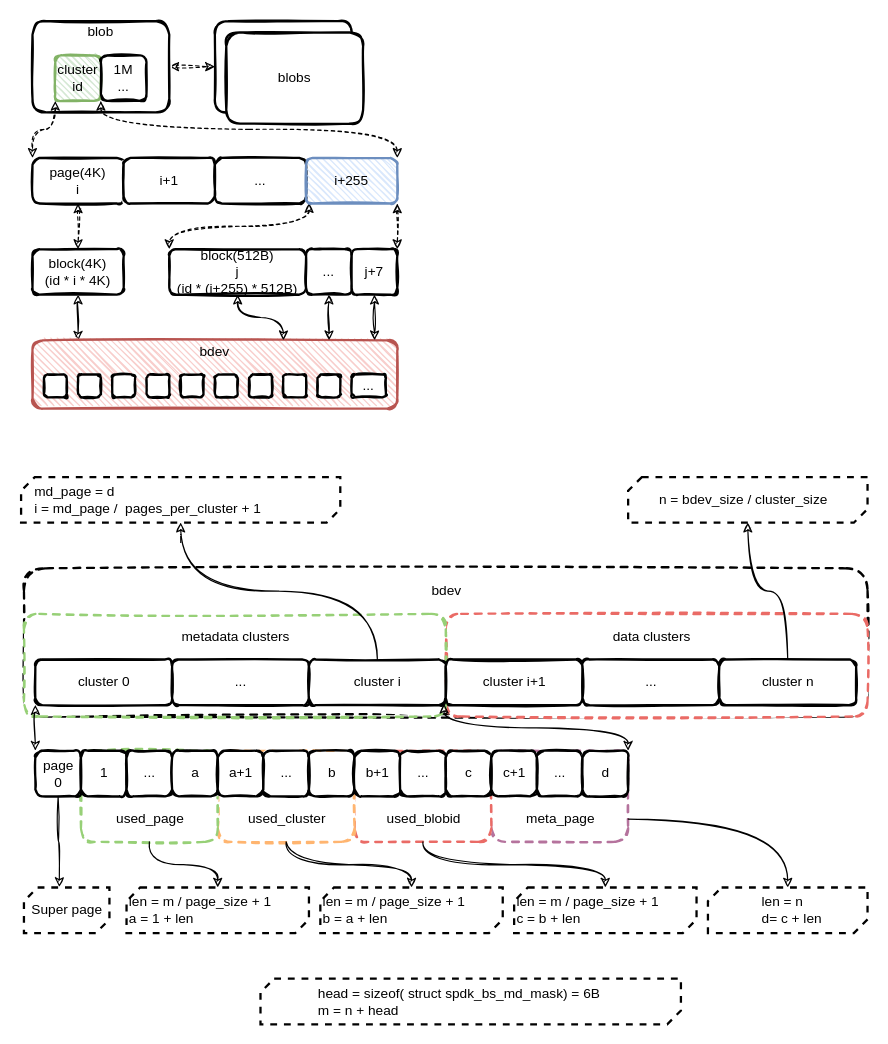
This is page "blobstore" (1 of 3) of spdk/spdk_blobstore.drawio from EarthWind/deeparch, a draw.io file, before an edit. Source tidied: cells renumbered, new cells numbered last; positions are measured from the earlier drawing's top-left corner, leaving out a move shared by most shapes. Both pictures are drawn from the tidied source at 114%, with x=0, y=0 at pixel (21, 21).
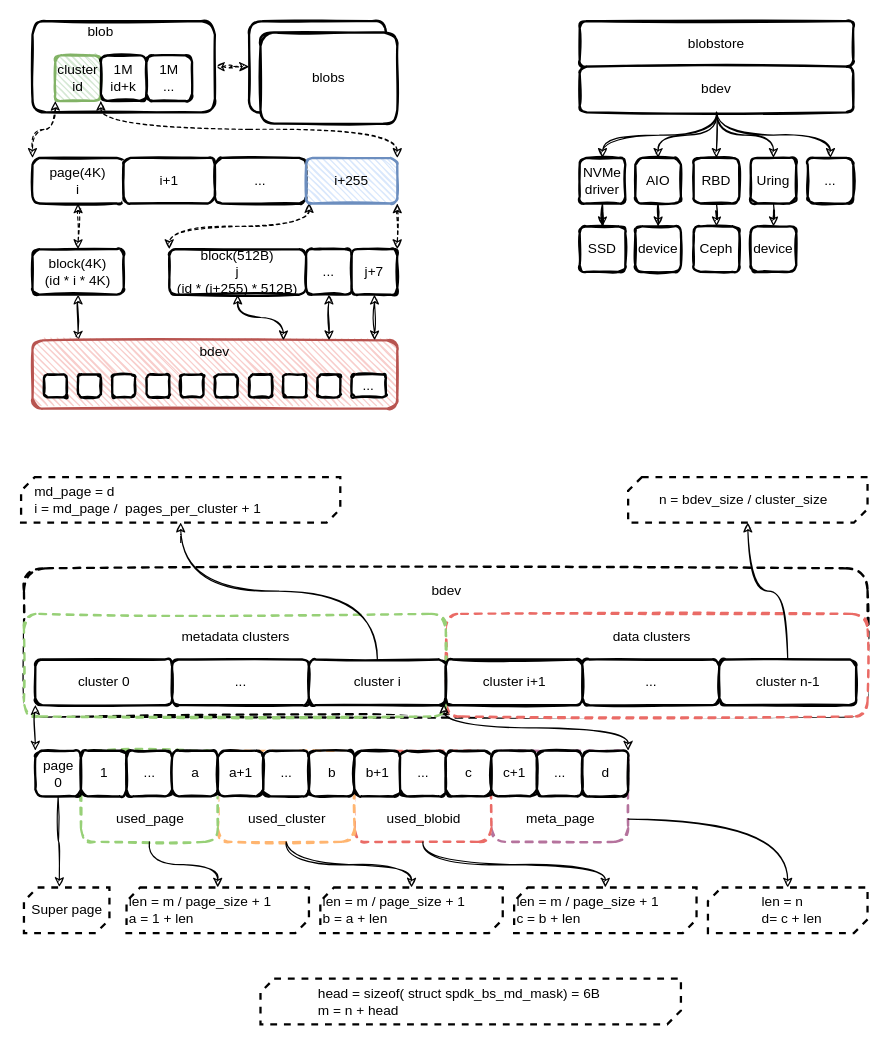
The same diagram, later.

The change refers to these unchanged cells:
```xml
<mxCell id="38" style="group;" parent="1" vertex="1">
  <mxGeometry y="400" width="742.5" height="400" as="geometry" />
</mxCell>
```

What changed in the source:
```diff
@@
     <mxCell id="3" style="rounded=1;whiteSpace=wrap;html=1;strokeWidth=2;fillWeight=4;hachureGap=8;hachureAngle=45;sketch=1;fillColor=#FFFFFF;" parent="1" vertex="1">
-      <mxGeometry x="10" width="120" height="80" as="geometry" />
+      <mxGeometry x="10" width="160" height="80" as="geometry" />
     </mxCell>
@@
     <mxCell id="5" style="rounded=1;whiteSpace=wrap;html=1;strokeWidth=2;fillWeight=4;hachureGap=8;hachureAngle=45;sketch=1;fillColor=#FFFFFF;" parent="1" vertex="1">
-      <mxGeometry x="170" width="120" height="80" as="geometry" />
+      <mxGeometry x="200" width="120" height="80" as="geometry" />
     </mxCell>
     <mxCell id="6" value="blobs" style="rounded=1;whiteSpace=wrap;html=1;strokeWidth=2;fillWeight=4;hachureGap=8;hachureAngle=45;sketch=1;fillColor=#FFFFFF;" parent="1" vertex="1">
-      <mxGeometry x="180" y="10" width="120" height="80" as="geometry" />
+      <mxGeometry x="210" y="10" width="120" height="80" as="geometry" />
     </mxCell>
@@
-    <mxCell id="10" value="1M&lt;br&gt;..." style="rounded=1;whiteSpace=wrap;html=1;strokeWidth=2;fillWeight=4;hachureGap=8;hachureAngle=45;sketch=1;fillColor=#FFFFFF;" parent="1" vertex="1">
+    <mxCell id="10" value="1M&lt;br&gt;id+k" style="rounded=1;whiteSpace=wrap;html=1;strokeWidth=2;fillWeight=4;hachureGap=8;hachureAngle=45;sketch=1;fillColor=#FFFFFF;" parent="1" vertex="1">
       <mxGeometry x="70" y="30" width="40" height="40" as="geometry" />
     </mxCell>
@@
-    <mxCell id="53" value="cluster n" style="rounded=1;whiteSpace=wrap;html=1;strokeWidth=2;fillWeight=1;hachureGap=4;hachureAngle=45;sketch=1;" parent="38" vertex="1">
+    <mxCell id="53" value="cluster n-1" style="rounded=1;whiteSpace=wrap;html=1;strokeWidth=2;fillWeight=1;hachureGap=4;hachureAngle=45;sketch=1;" parent="38" vertex="1">
       <mxGeometry x="612.5" y="160" width="120" height="40" as="geometry" />
     </mxCell>
@@
+    <mxCell id="99" value="1M&lt;br&gt;..." style="rounded=1;whiteSpace=wrap;html=1;strokeWidth=2;fillWeight=4;hachureGap=8;hachureAngle=45;sketch=1;fillColor=#FFFFFF;" parent="1" vertex="1">
+      <mxGeometry x="110" y="30" width="40" height="40" as="geometry" />
+    </mxCell>
+    <mxCell id="100" style="group;" parent="1" vertex="1">
+      <mxGeometry x="490" width="240" height="220" as="geometry" />
+    </mxCell>
+    <mxCell id="101" value="blobstore" style="rounded=1;whiteSpace=wrap;html=1;strokeWidth=2;fillWeight=4;hachureGap=8;hachureAngle=45;sketch=1;fillColor=#FFFFFF;" parent="100" vertex="1">
+      <mxGeometry width="240" height="40" as="geometry" />
+    </mxCell>
+    <mxCell id="102" value="bdev" style="rounded=1;whiteSpace=wrap;html=1;strokeWidth=2;fillWeight=4;hachureGap=8;hachureAngle=45;sketch=1;fillColor=#FFFFFF;" parent="100" vertex="1">
+      <mxGeometry y="40" width="240" height="40" as="geometry" />
+    </mxCell>
+    <mxCell id="103" value="NVMe&lt;br&gt;driver" style="rounded=1;whiteSpace=wrap;html=1;strokeWidth=2;fillWeight=4;hachureGap=8;hachureAngle=45;sketch=1;fillColor=#FFFFFF;" parent="100" vertex="1">
+      <mxGeometry y="120" width="40" height="40" as="geometry" />
+    </mxCell>
+    <mxCell id="104" style="edgeStyle=orthogonalEdgeStyle;rounded=0;sketch=1;jettySize=auto;html=1;entryX=0.5;entryY=0;entryDx=0;entryDy=0;curved=1;" parent="100" edge="1" source="102" target="103">
+      <mxGeometry relative="1" as="geometry" />
+    </mxCell>
+    <mxCell id="105" value="SSD" style="rounded=1;whiteSpace=wrap;html=1;strokeWidth=2;fillWeight=4;hachureGap=8;hachureAngle=45;sketch=1;fillColor=#FFFFFF;" parent="100" vertex="1">
+      <mxGeometry y="180" width="40" height="40" as="geometry" />
+    </mxCell>
+    <mxCell id="106" style="edgeStyle=orthogonalEdgeStyle;rounded=0;jettySize=auto;html=1;sketch=1;" parent="100" edge="1" source="103" target="105">
+      <mxGeometry relative="1" as="geometry" />
+    </mxCell>
+    <mxCell id="107" value="AIO" style="rounded=1;whiteSpace=wrap;html=1;strokeWidth=2;fillWeight=4;hachureGap=8;hachureAngle=45;sketch=1;fillColor=#FFFFFF;" parent="100" vertex="1">
+      <mxGeometry x="48.8" y="120" width="40" height="40" as="geometry" />
+    </mxCell>
+    <mxCell id="108" style="edgeStyle=orthogonalEdgeStyle;curved=1;rounded=0;sketch=1;jettySize=auto;html=1;entryX=0.5;entryY=0;entryDx=0;entryDy=0;" parent="100" edge="1" source="102" target="107">
+      <mxGeometry relative="1" as="geometry" />
+    </mxCell>
+    <mxCell id="109" value="device" style="rounded=1;whiteSpace=wrap;html=1;strokeWidth=2;fillWeight=4;hachureGap=8;hachureAngle=45;sketch=1;fillColor=#FFFFFF;" parent="100" vertex="1">
+      <mxGeometry x="48.8" y="180" width="40" height="40" as="geometry" />
+    </mxCell>
+    <mxCell id="110" style="edgeStyle=orthogonalEdgeStyle;rounded=0;sketch=1;jettySize=auto;html=1;entryX=0.5;entryY=0;entryDx=0;entryDy=0;" parent="100" edge="1" source="107" target="109">
+      <mxGeometry relative="1" as="geometry" />
+    </mxCell>
+    <mxCell id="111" value="RBD" style="rounded=1;whiteSpace=wrap;html=1;strokeWidth=2;fillWeight=4;hachureGap=8;hachureAngle=45;sketch=1;fillColor=#FFFFFF;" parent="100" vertex="1">
+      <mxGeometry x="100" y="120" width="40" height="40" as="geometry" />
+    </mxCell>
+    <mxCell id="112" style="edgeStyle=orthogonalEdgeStyle;curved=1;rounded=0;sketch=1;jettySize=auto;html=1;entryX=0.5;entryY=0;entryDx=0;entryDy=0;" parent="100" edge="1" source="102" target="111">
+      <mxGeometry relative="1" as="geometry" />
+    </mxCell>
+    <mxCell id="113" value="Ceph" style="rounded=1;whiteSpace=wrap;html=1;strokeWidth=2;fillWeight=4;hachureGap=8;hachureAngle=45;sketch=1;fillColor=#FFFFFF;" parent="100" vertex="1">
+      <mxGeometry x="100" y="180" width="40" height="40" as="geometry" />
+    </mxCell>
+    <mxCell id="114" style="edgeStyle=orthogonalEdgeStyle;curved=1;rounded=0;sketch=1;jettySize=auto;html=1;entryX=0.5;entryY=0;entryDx=0;entryDy=0;" parent="100" edge="1" source="111" target="113">
+      <mxGeometry relative="1" as="geometry" />
+    </mxCell>
+    <mxCell id="115" value="Uring" style="rounded=1;whiteSpace=wrap;html=1;strokeWidth=2;fillWeight=4;hachureGap=8;hachureAngle=45;sketch=1;fillColor=#FFFFFF;" parent="100" vertex="1">
+      <mxGeometry x="150" y="120" width="40" height="40" as="geometry" />
+    </mxCell>
+    <mxCell id="116" style="edgeStyle=orthogonalEdgeStyle;curved=1;rounded=0;sketch=1;jettySize=auto;html=1;entryX=0.5;entryY=0;entryDx=0;entryDy=0;exitX=0.5;exitY=1;exitDx=0;exitDy=0;" parent="100" edge="1" source="102" target="115">
+      <mxGeometry relative="1" as="geometry" />
+    </mxCell>
+    <mxCell id="117" value="device" style="rounded=1;whiteSpace=wrap;html=1;strokeWidth=2;fillWeight=4;hachureGap=8;hachureAngle=45;sketch=1;fillColor=#FFFFFF;" parent="100" vertex="1">
+      <mxGeometry x="150" y="180" width="40" height="40" as="geometry" />
+    </mxCell>
+    <mxCell id="118" style="edgeStyle=orthogonalEdgeStyle;curved=1;rounded=0;sketch=1;jettySize=auto;html=1;entryX=0.5;entryY=0;entryDx=0;entryDy=0;" parent="100" edge="1" source="115" target="117">
+      <mxGeometry relative="1" as="geometry" />
+    </mxCell>
+    <mxCell id="119" value="..." style="rounded=1;whiteSpace=wrap;html=1;strokeWidth=2;fillWeight=4;hachureGap=8;hachureAngle=45;sketch=1;fillColor=#FFFFFF;" parent="100" vertex="1">
+      <mxGeometry x="200" y="120" width="40" height="40" as="geometry" />
+    </mxCell>
+    <mxCell id="120" style="edgeStyle=orthogonalEdgeStyle;curved=1;rounded=0;sketch=1;jettySize=auto;html=1;entryX=0.5;entryY=0;entryDx=0;entryDy=0;exitX=0.5;exitY=1;exitDx=0;exitDy=0;" parent="100" edge="1" source="102" target="119">
+      <mxGeometry relative="1" as="geometry" />
+    </mxCell>
```
